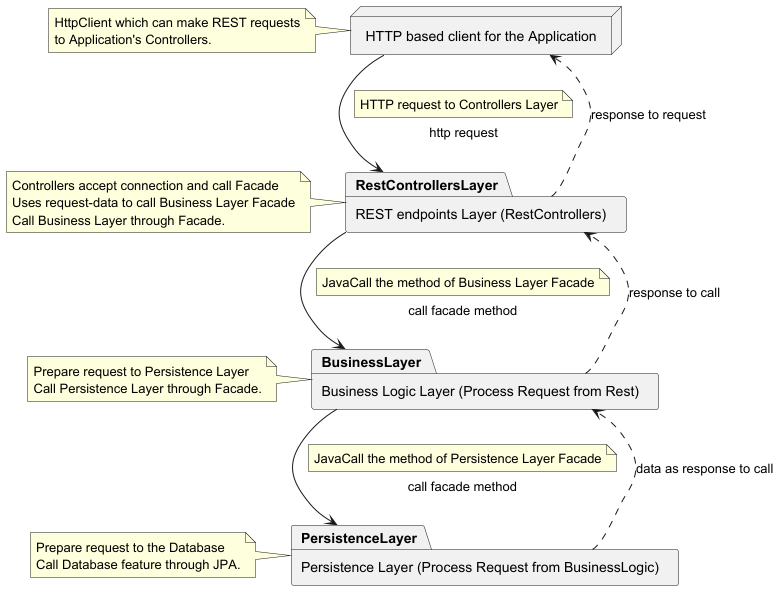
Before: application/diagrams/Application Layers Package Diagram.png, a diagram exported from PlantUML (OlegSopilnyak/school-demo).
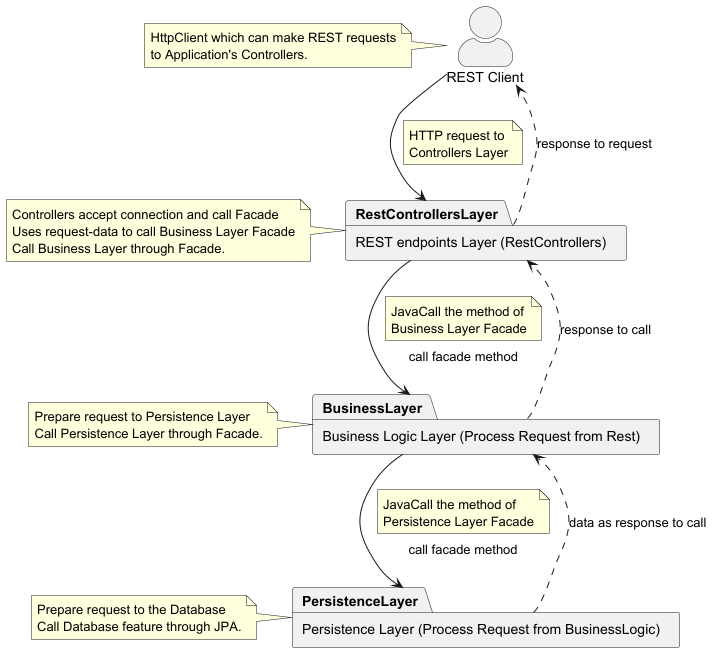
The same file after the commit.

The edit, as a diff of the source:
```diff
@@ -1,13 +1,11 @@
 @startuml
 
-:HTTP based client for the Application:as HttpClient
 :REST endpoints Layer (RestControllers): as RestControllersLayer
 :Business Logic Layer (Process Request from Rest): as BusinessLayer
 :Persistence Layer (Process Request from BusinessLogic): as PersistenceLayer
 
-skinparam packageStyle node
-package HttpClient {
-}
+skinparam actorStyle awesome
+actor "REST Client" as HttpClient
 
 skinparam packageStyle folder
 package RestControllersLayer {
@@ -23,12 +21,12 @@
 note left of BusinessLayer : Prepare request to Persistence Layer\nCall Persistence Layer through Facade.
 note left of PersistenceLayer : Prepare request to the Database\nCall Database feature through JPA.
 
-HttpClient -> RestControllersLayer: http request
-note top on link : HTTP request to Controllers Layer
+HttpClient -> RestControllersLayer
+note top on link : HTTP request to\nControllers Layer
 RestControllersLayer -> BusinessLayer: call facade method
-note top on link : JavaCall the method of Business Layer Facade
+note top on link : JavaCall the method of\nBusiness Layer Facade
 BusinessLayer -> PersistenceLayer: call facade method
-note top on link : JavaCall the method of Persistence Layer Facade
+note top on link : JavaCall the method of\nPersistence Layer Facade
 PersistenceLayer ..> BusinessLayer: data as response to call
 BusinessLayer ..> RestControllersLayer: response to call
 RestControllersLayer ..> HttpClient: response to request
```
